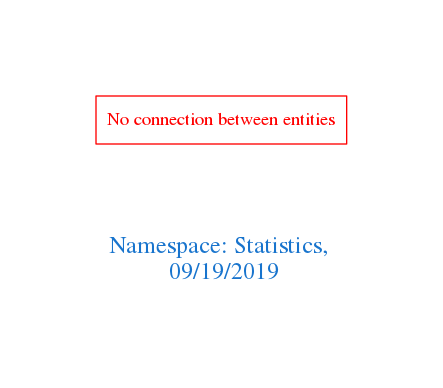
This is downloads/Statistics.png from arago/OGIT, a Graphviz export, as it was before one commit. Its source is kept beside it as downloads/Statistics.dot. Its diagram source:
```dot
digraph OGIT_ontology {
 graph [ rankdir= LR,pad=1
fontsize = 18,
fontcolor= dodgerblue3,label = "\n\n\nNamespace: Statistics, \n 09/19/2019"];
node[shape=polygon];
edge [  color="gray81"];

"No connection between entities" [fontcolor = "red",color="red", shape="polygon"]
}
```
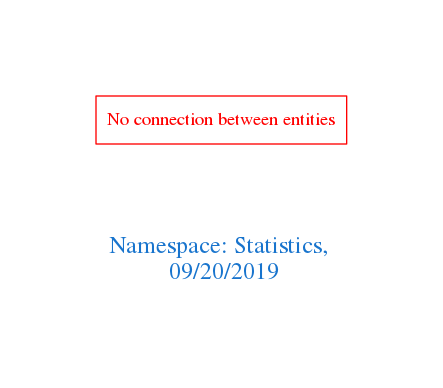
Later version of the same file.

The edit, as a diff of the source:
```diff
@@ -1,7 +1,7 @@
 digraph OGIT_ontology {
  graph [ rankdir= LR,pad=1
 fontsize = 18,
-fontcolor= dodgerblue3,label = "\n\n\nNamespace: Statistics, \n 09/19/2019"];
+fontcolor= dodgerblue3,label = "\n\n\nNamespace: Statistics, \n 09/20/2019"];
 node[shape=polygon];
 edge [  color="gray81"];
 
```
